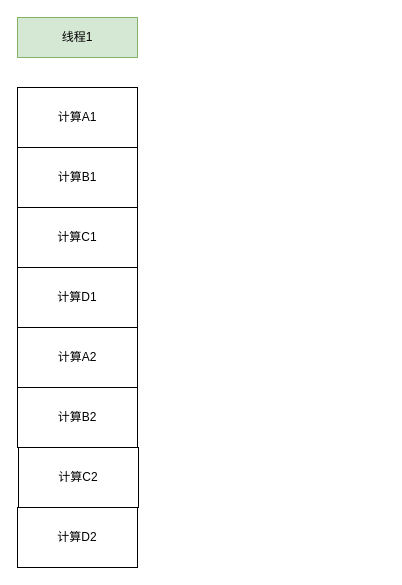
Before: page "single" (3 of 3) of node-demo.drawio in javin9/node-demo, a draw.io diagram. Source tidied: cells renumbered, new cells numbered last; positions are measured from the earlier drawing's top-left corner, leaving out a move shared by most shapes. Both pictures are drawn from the tidied source at 100%, with x=0, y=0 at pixel (17, 17).
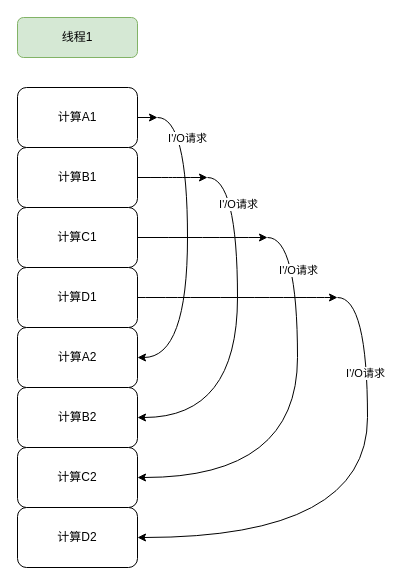
After the change.

Change to the diagram source:
```diff
@@
-    <mxCell id="2" value="线程1" style="whiteSpace=wrap;html=1;fillColor=#d5e8d4;strokeColor=#82b366;" parent="1" vertex="1">
+    <mxCell id="2" value="线程1" style="whiteSpace=wrap;html=1;fillColor=#d5e8d4;strokeColor=#82b366;rounded=1;" parent="1" vertex="1">
       <mxGeometry width="120" height="40" as="geometry" />
     </mxCell>
+    <mxCell id="11" style="edgeStyle=entityRelationEdgeStyle;jumpStyle=arc;jettySize=auto;html=1;entryX=0;entryY=0.5;entryDx=0;entryDy=0;curved=1;" parent="1" edge="1" source="3">
+      <mxGeometry relative="1" as="geometry">
+        <mxPoint x="140" y="100" as="targetPoint" />
+      </mxGeometry>
+    </mxCell>
-    <mxCell id="3" value="计算A1" style="whiteSpace=wrap;html=1;" parent="1" vertex="1">
+    <mxCell id="3" value="计算A1" style="whiteSpace=wrap;html=1;rounded=1;" parent="1" vertex="1">
       <mxGeometry y="70" width="120" height="60" as="geometry" />
     </mxCell>
+    <mxCell id="12" style="edgeStyle=entityRelationEdgeStyle;jumpStyle=arc;jettySize=auto;html=1;exitX=1;exitY=0.5;exitDx=0;exitDy=0;curved=1;" parent="1" edge="1" source="4">
+      <mxGeometry relative="1" as="geometry">
+        <mxPoint x="190" y="160" as="targetPoint" />
+      </mxGeometry>
+    </mxCell>
-    <mxCell id="4" value="&lt;span&gt;计算B1&lt;/span&gt;" style="whiteSpace=wrap;html=1;" parent="1" vertex="1">
+    <mxCell id="4" value="&lt;span&gt;计算B1&lt;/span&gt;" style="whiteSpace=wrap;html=1;rounded=1;" parent="1" vertex="1">
       <mxGeometry y="130" width="120" height="60" as="geometry" />
     </mxCell>
+    <mxCell id="13" style="edgeStyle=entityRelationEdgeStyle;jumpStyle=arc;jettySize=auto;html=1;entryX=0;entryY=0.5;entryDx=0;entryDy=0;curved=1;" parent="1" edge="1" source="5">
+      <mxGeometry relative="1" as="geometry">
+        <mxPoint x="250" y="220" as="targetPoint" />
+      </mxGeometry>
+    </mxCell>
-    <mxCell id="5" value="&lt;span&gt;计算C1&lt;/span&gt;" style="whiteSpace=wrap;html=1;" parent="1" vertex="1">
+    <mxCell id="5" value="&lt;span&gt;计算C1&lt;/span&gt;" style="whiteSpace=wrap;html=1;rounded=1;" parent="1" vertex="1">
       <mxGeometry y="190" width="120" height="60" as="geometry" />
     </mxCell>
+    <mxCell id="14" style="edgeStyle=entityRelationEdgeStyle;jumpStyle=arc;jettySize=auto;html=1;curved=1;" parent="1" edge="1" source="6">
+      <mxGeometry relative="1" as="geometry">
+        <mxPoint x="320" y="280" as="targetPoint" />
+      </mxGeometry>
+    </mxCell>
-    <mxCell id="6" value="&lt;span&gt;计算D1&lt;/span&gt;" style="whiteSpace=wrap;html=1;" parent="1" vertex="1">
+    <mxCell id="6" value="&lt;span&gt;计算D1&lt;/span&gt;" style="whiteSpace=wrap;html=1;rounded=1;" parent="1" vertex="1">
       <mxGeometry y="250" width="120" height="60" as="geometry" />
     </mxCell>
-    <mxCell id="7" value="&lt;span&gt;计算A2&lt;/span&gt;" style="whiteSpace=wrap;html=1;" parent="1" vertex="1">
+    <mxCell id="7" value="&lt;span&gt;计算A2&lt;/span&gt;" style="whiteSpace=wrap;html=1;rounded=1;" parent="1" vertex="1">
       <mxGeometry y="310" width="120" height="60" as="geometry" />
     </mxCell>
-    <mxCell id="8" value="&lt;span&gt;计算B2&lt;/span&gt;" style="whiteSpace=wrap;html=1;" parent="1" vertex="1">
+    <mxCell id="8" value="&lt;span&gt;计算B2&lt;/span&gt;" style="whiteSpace=wrap;html=1;rounded=1;" parent="1" vertex="1">
       <mxGeometry y="370" width="120" height="60" as="geometry" />
     </mxCell>
-    <mxCell id="9" value="&lt;span&gt;计算C2&lt;/span&gt;" style="whiteSpace=wrap;html=1;" parent="1" vertex="1">
-      <mxGeometry x="1" y="430" width="120" height="60" as="geometry" />
+    <mxCell id="9" value="&lt;span&gt;计算C2&lt;/span&gt;" style="whiteSpace=wrap;html=1;rounded=1;" parent="1" vertex="1">
+      <mxGeometry y="430" width="120" height="60" as="geometry" />
     </mxCell>
-    <mxCell id="10" value="&lt;span&gt;计算D2&lt;/span&gt;" style="whiteSpace=wrap;html=1;" parent="1" vertex="1">
+    <mxCell id="10" value="&lt;span&gt;计算D2&lt;/span&gt;" style="whiteSpace=wrap;html=1;rounded=1;" parent="1" vertex="1">
       <mxGeometry y="490" width="120" height="60" as="geometry" />
     </mxCell>
+    <mxCell id="15" style="edgeStyle=entityRelationEdgeStyle;jumpStyle=arc;jettySize=auto;html=1;entryX=1;entryY=0.5;entryDx=0;entryDy=0;curved=1;" parent="1" edge="1" target="7">
+      <mxGeometry relative="1" as="geometry">
+        <mxPoint x="140" y="100" as="sourcePoint" />
+      </mxGeometry>
+    </mxCell>
+    <mxCell id="16" value="I'/O请求" style="edgeLabel;html=1;align=center;verticalAlign=middle;rounded=1;" parent="15" vertex="1">
+      <mxGeometry x="-0.69" y="-1" relative="1" as="geometry" />
+    </mxCell>
+    <mxCell id="17" style="edgeStyle=entityRelationEdgeStyle;jumpStyle=arc;jettySize=auto;html=1;entryX=1;entryY=0.5;entryDx=0;entryDy=0;curved=1;" parent="1" edge="1" target="8">
+      <mxGeometry relative="1" as="geometry">
+        <mxPoint x="190" y="160" as="sourcePoint" />
+      </mxGeometry>
+    </mxCell>
+    <mxCell id="18" value="I'/O请求" style="edgeLabel;html=1;align=center;verticalAlign=middle;rounded=1;" parent="17" vertex="1">
+      <mxGeometry x="-0.7" relative="1" as="geometry" />
+    </mxCell>
+    <mxCell id="19" style="edgeStyle=entityRelationEdgeStyle;jumpStyle=arc;jettySize=auto;html=1;entryX=1;entryY=0.5;entryDx=0;entryDy=0;curved=1;" parent="1" edge="1" target="9">
+      <mxGeometry relative="1" as="geometry">
+        <mxPoint x="250" y="220" as="sourcePoint" />
+      </mxGeometry>
+    </mxCell>
+    <mxCell id="20" value="I'/O请求" style="edgeLabel;html=1;align=center;verticalAlign=middle;rounded=1;" parent="19" vertex="1">
+      <mxGeometry x="-0.71" relative="1" as="geometry" />
+    </mxCell>
+    <mxCell id="21" style="edgeStyle=entityRelationEdgeStyle;jumpStyle=arc;jettySize=auto;html=1;entryX=1;entryY=0.5;entryDx=0;entryDy=0;curved=1;" parent="1" edge="1" target="10">
+      <mxGeometry relative="1" as="geometry">
+        <mxPoint x="320" y="280" as="sourcePoint" />
+      </mxGeometry>
+    </mxCell>
+    <mxCell id="22" value="I'/O请求" style="edgeLabel;html=1;align=center;verticalAlign=middle;rounded=1;" parent="21" vertex="1">
+      <mxGeometry x="-0.58" y="-3" relative="1" as="geometry" />
+    </mxCell>
```
